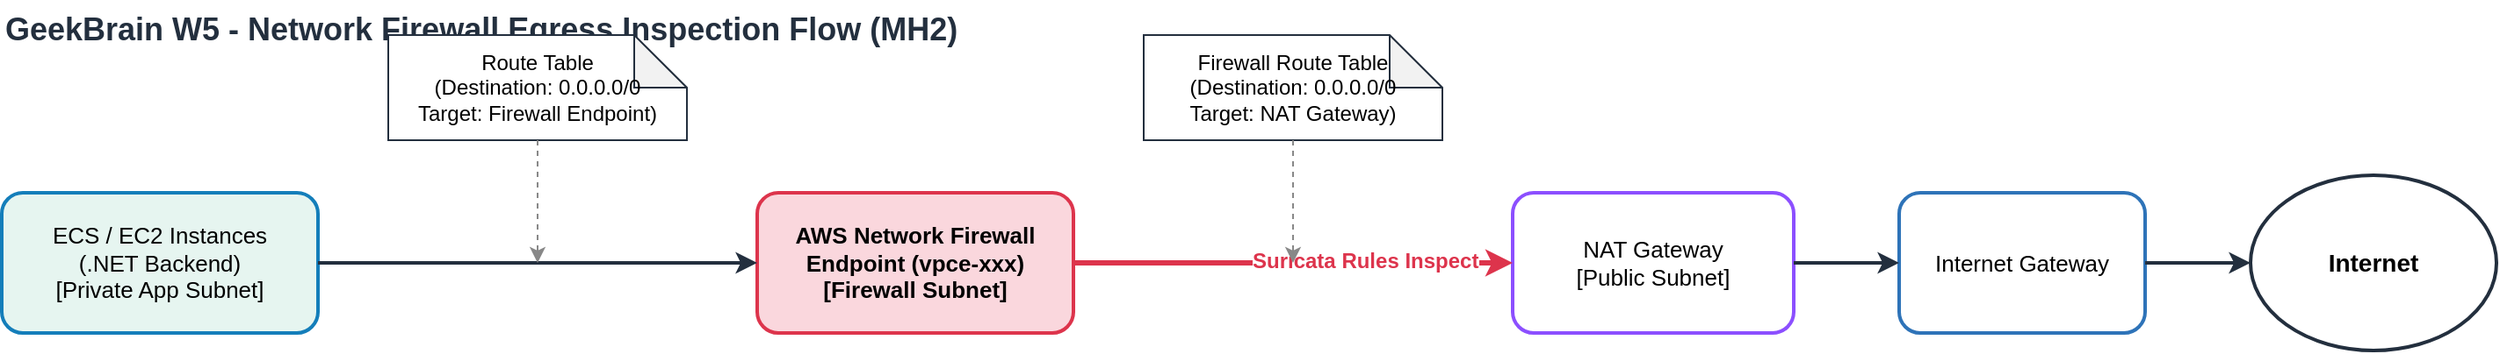
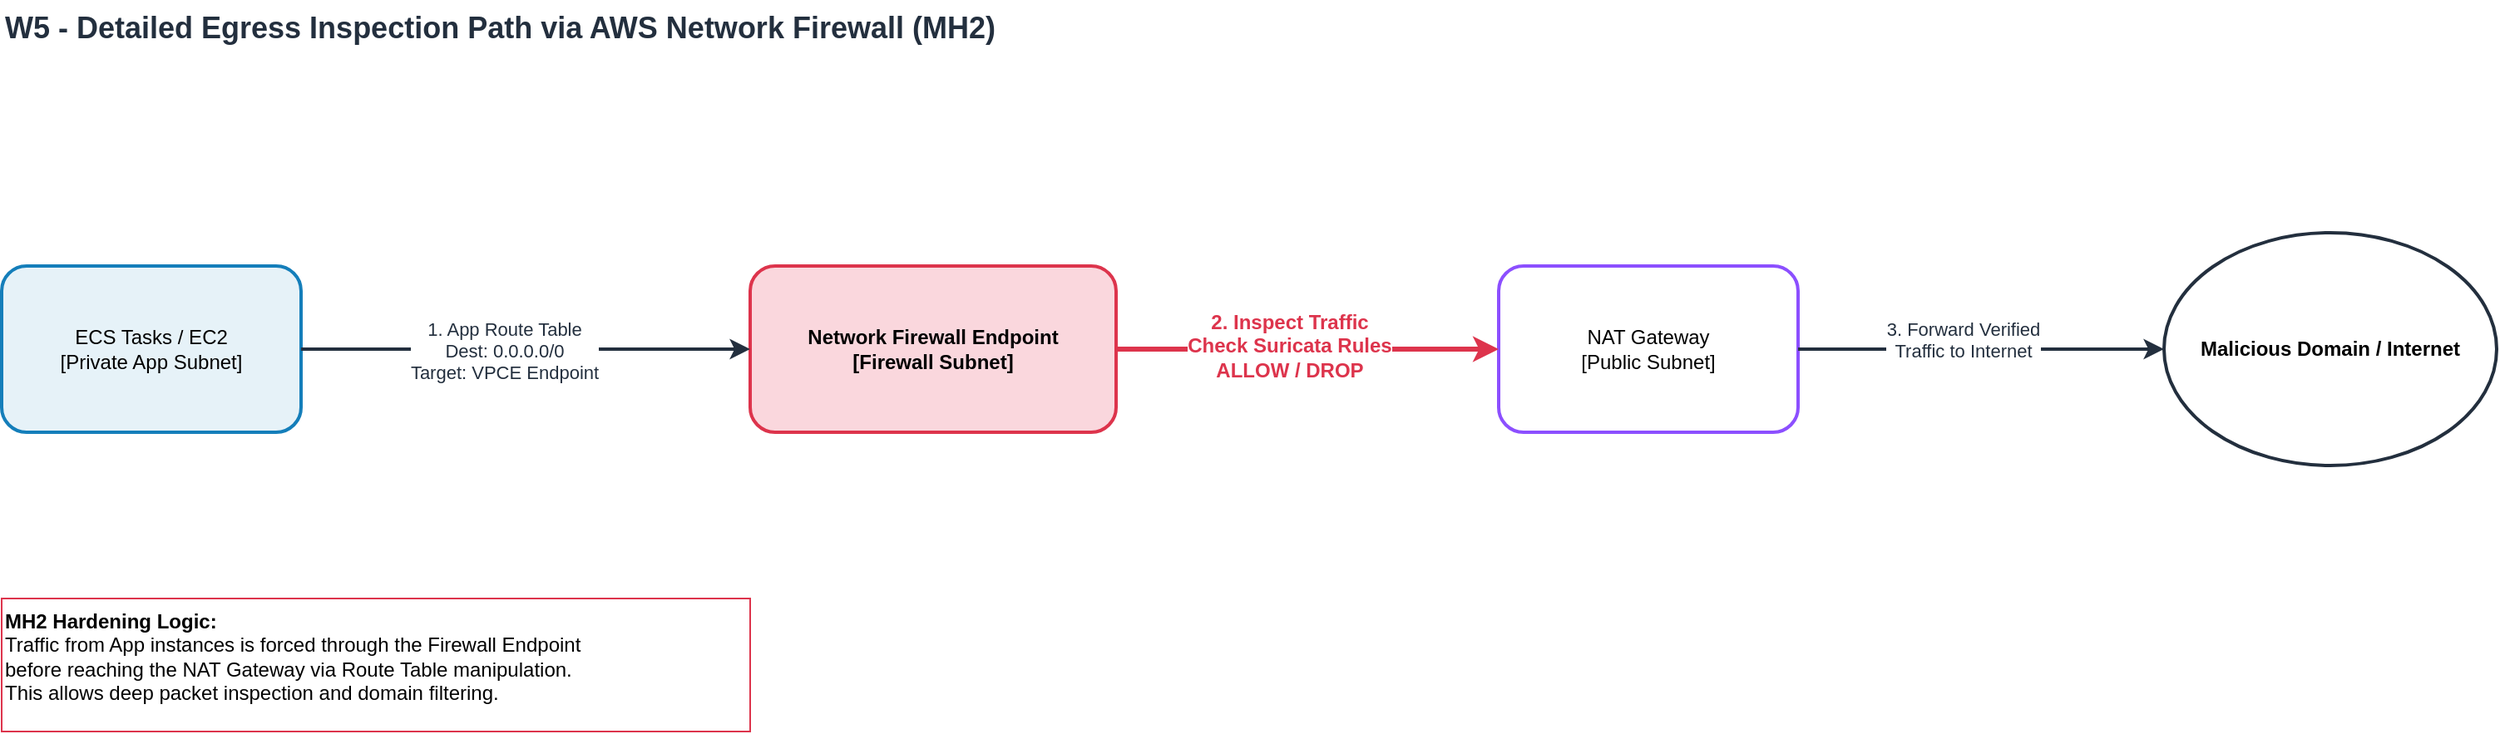
<mxfile host="app.diagrams.net" agent="Claude" version="24.7.6">
-   <diagram name="W5 Secure Egress Flow" id="w5-flow">
-     <mxGraphModel dx="1600" dy="800" grid="1" gridSize="10" guides="1" tooltips="1" connect="1" arrows="1" fold="1" page="1" pageScale="1" pageWidth="1600" pageHeight="800" math="0" shadow="0">
+   <diagram name="W5 Secure Egress Flow" id="w5-flow-v3">
+     <mxGraphModel dx="1800" dy="1000" grid="1" gridSize="10" guides="1" tooltips="1" connect="1" arrows="1" fold="1" page="1" pageScale="1" pageWidth="1800" pageHeight="1000" math="0" shadow="0">
      <root>
        <mxCell id="0" />
        <mxCell id="1" parent="0" />

-         <mxCell id="title" value="GeekBrain W5 - Network Firewall Egress Inspection Flow (MH2)" style="text;html=1;fontSize=18;fontStyle=1;align=left;fontColor=#232F3E;" vertex="1" parent="1">
-           <mxGeometry x="50" y="40" width="600" height="30" as="geometry" />
+         <mxCell id="title" value="W5 - Detailed Egress Inspection Path via AWS Network Firewall (MH2)" style="text;html=1;fontSize=18;fontStyle=1;align=left;fontColor=#232F3E;" vertex="1" parent="1">
+           <mxGeometry x="50" y="40" width="800" height="30" as="geometry" />
        </mxCell>

-         <mxCell id="ecs" value="ECS / EC2 Instances&#xa;(.NET Backend)&#xa;[Private App Subnet]" style="rounded=1;whiteSpace=wrap;html=1;fillColor=#E6F5F0;strokeColor=#147EBA;strokeWidth=2;fontSize=13;verticalAlign=middle;align=center;" vertex="1" parent="1">
-           <mxGeometry x="50" y="150" width="180" height="80" as="geometry" />
+         <!-- Components -->
+         <mxCell id="ecs" value="ECS Tasks / EC2&#xa;[Private App Subnet]" style="rounded=1;whiteSpace=wrap;html=1;fillColor=#E6F2F8;strokeColor=#147EBA;strokeWidth=2;" vertex="1" parent="1">
+           <mxGeometry x="50" y="200" width="180" height="100" as="geometry" />
        </mxCell>

-         <mxCell id="rt1" value="Route Table&#xa;(Destination: 0.0.0.0/0&#xa;Target: Firewall Endpoint)" style="shape=note;whiteSpace=wrap;html=1;backgroundOutline=1;darkOpacity=0.05;fillColor=#FFF;strokeColor=#232F3E;fontSize=12;" vertex="1" parent="1">
-           <mxGeometry x="270" y="60" width="170" height="60" as="geometry" />
+         <mxCell id="nfw" value="Network Firewall Endpoint&#xa;[Firewall Subnet]" style="rounded=1;whiteSpace=wrap;html=1;fillColor=#FAD7DD;strokeColor=#DD344C;strokeWidth=2;fontStyle=1;" vertex="1" parent="1">
+           <mxGeometry x="500" y="200" width="220" height="100" as="geometry" />
        </mxCell>

-         <mxCell id="nfw" value="AWS Network Firewall&#xa;Endpoint (vpce-xxx)&#xa;[Firewall Subnet]" style="rounded=1;whiteSpace=wrap;html=1;fillColor=#FAD7DD;strokeColor=#DD344C;strokeWidth=2;fontSize=13;fontStyle=1;verticalAlign=middle;align=center;" vertex="1" parent="1">
-           <mxGeometry x="480" y="150" width="180" height="80" as="geometry" />
+         <mxCell id="nat" value="NAT Gateway&#xa;[Public Subnet]" style="rounded=1;whiteSpace=wrap;html=1;fillColor=#FFFFFF;strokeColor=#8C4FFF;strokeWidth=2;" vertex="1" parent="1">
+           <mxGeometry x="950" y="200" width="180" height="100" as="geometry" />
        </mxCell>

-         <mxCell id="rt2" value="Firewall Route Table&#xa;(Destination: 0.0.0.0/0&#xa;Target: NAT Gateway)" style="shape=note;whiteSpace=wrap;html=1;backgroundOutline=1;darkOpacity=0.05;fillColor=#FFF;strokeColor=#232F3E;fontSize=12;" vertex="1" parent="1">
-           <mxGeometry x="700" y="60" width="170" height="60" as="geometry" />
+         <mxCell id="internet" value="Malicious Domain / Internet" style="ellipse;cloud;whiteSpace=wrap;html=1;fillColor=#FFFFFF;strokeColor=#232F3E;strokeWidth=2;fontStyle=1;" vertex="1" parent="1">
+           <mxGeometry x="1350" y="180" width="200" height="140" as="geometry" />
        </mxCell>

-         <mxCell id="nat" value="NAT Gateway&#xa;[Public Subnet]" style="rounded=1;whiteSpace=wrap;html=1;fillColor=#FFFFFF;strokeColor=#8C4FFF;strokeWidth=2;fontSize=13;verticalAlign=middle;align=center;" vertex="1" parent="1">
-           <mxGeometry x="910" y="150" width="160" height="80" as="geometry" />
+         <!-- Arrows with detailed labels -->
+         <mxCell id="arr1" style="strokeWidth=2;strokeColor=#232F3E;exitX=1;exitY=0.5;entryX=0;entryY=0.5;" edge="1" source="ecs" target="nfw" parent="1">
+           <mxGeometry relative="1" as="geometry" />
+         </mxCell>
+         <mxCell id="lbl1" value="1. App Route Table&#xa;Dest: 0.0.0.0/0&#xa;Target: VPCE Endpoint" style="edgeLabel;html=1;fontSize=11;fontColor=#232F3E;align=center;" vertex="1" connectable="0" parent="arr1">
+           <mxGeometry x="-0.1" y="25" relative="1" as="geometry"><mxPoint as="offset" /></mxGeometry>
        </mxCell>

-         <mxCell id="igw" value="Internet Gateway" style="rounded=1;whiteSpace=wrap;html=1;fillColor=#FFFFFF;strokeColor=#2E73B8;strokeWidth=2;fontSize=13;verticalAlign=middle;align=center;" vertex="1" parent="1">
-           <mxGeometry x="1130" y="150" width="140" height="80" as="geometry" />
+         <mxCell id="arr2" style="strokeWidth=3;strokeColor=#DD344C;exitX=1;exitY=0.5;entryX=0;entryY=0.5;" edge="1" source="nfw" target="nat" parent="1">
+           <mxGeometry relative="1" as="geometry" />
+         </mxCell>
+         <mxCell id="lbl2" value="2. Inspect Traffic&#xa;Check Suricata Rules&#xa;ALLOW / DROP" style="edgeLabel;html=1;fontSize=12;fontColor=#DD344C;fontStyle=1;align=center;" vertex="1" connectable="0" parent="arr2">
+           <mxGeometry x="-0.1" y="30" relative="1" as="geometry"><mxPoint as="offset" /></mxGeometry>
        </mxCell>

-         <mxCell id="internet" value="Internet" style="ellipse;cloud;whiteSpace=wrap;html=1;fillColor=#FFFFFF;strokeColor=#232F3E;strokeWidth=2;fontSize=14;fontStyle=1;verticalAlign=middle;align=center;" vertex="1" parent="1">
-           <mxGeometry x="1330" y="140" width="140" height="100" as="geometry" />
+         <mxCell id="arr3" style="strokeWidth=2;strokeColor=#232F3E;exitX=1;exitY=0.5;entryX=0;entryY=0.5;" edge="1" source="nat" target="internet" parent="1">
+           <mxGeometry relative="1" as="geometry" />
+         </mxCell>
+         <mxCell id="lbl3" value="3. Forward Verified&#xa;Traffic to Internet" style="edgeLabel;html=1;fontSize=11;fontColor=#232F3E;align=center;" vertex="1" connectable="0" parent="arr3">
+           <mxGeometry x="-0.1" y="25" relative="1" as="geometry"><mxPoint as="offset" /></mxGeometry>
        </mxCell>

-         <!-- Arrows -->
-         <mxCell id="arr1" style="strokeWidth=2;strokeColor=#232F3E;exitX=1;exitY=0.5;entryX=0;entryY=0.5;" edge="1" source="ecs" target="nfw" parent="1"><mxGeometry relative="1" as="geometry" /></mxCell>
-         <mxCell id="arr1_link" style="strokeWidth=1;strokeColor=#888;dashed=1;exitX=0.5;exitY=1;entryX=0.5;entryY=0;" edge="1" source="rt1" target="arr1" parent="1"><mxGeometry relative="1" as="geometry" /></mxCell>
- 
-         <mxCell id="arr2" style="strokeWidth=3;strokeColor=#DD344C;exitX=1;exitY=0.5;entryX=0;entryY=0.5;" edge="1" source="nfw" target="nat" parent="1"><mxGeometry relative="1" as="geometry" /></mxCell>
-         <mxCell id="arr2_lbl" value="Suricata Rules Inspect" style="edgeLabel;html=1;fontSize=12;fontColor=#DD344C;fontStyle=1" vertex="1" connectable="0" parent="arr2"><mxGeometry x="-0.2" y="15" relative="1" as="geometry"><mxPoint as="offset" /></mxGeometry></mxCell>
-         <mxCell id="arr2_link" style="strokeWidth=1;strokeColor=#888;dashed=1;exitX=0.5;exitY=1;entryX=0.5;entryY=0;" edge="1" source="rt2" target="arr2" parent="1"><mxGeometry relative="1" as="geometry" /></mxCell>
- 
-         <mxCell id="arr3" style="strokeWidth=2;strokeColor=#232F3E;exitX=1;exitY=0.5;entryX=0;entryY=0.5;" edge="1" source="nat" target="igw" parent="1"><mxGeometry relative="1" as="geometry" /></mxCell>
-         <mxCell id="arr4" style="strokeWidth=2;strokeColor=#232F3E;exitX=1;exitY=0.5;entryX=0;entryY=0.5;" edge="1" source="igw" target="internet" parent="1"><mxGeometry relative="1" as="geometry" /></mxCell>
+         <!-- Legend box for MH2 explanation -->
+         <mxCell id="info" value="&lt;b&gt;MH2 Hardening Logic:&lt;/b&gt;&#xa;Traffic from App instances is forced through the Firewall Endpoint&#xa;before reaching the NAT Gateway via Route Table manipulation.&#xa;This allows deep packet inspection and domain filtering." style="text;html=1;strokeColor=#DD344C;fillColor=#FFF;padding=10;fontSize=12;whiteSpace=wrap;" vertex="1" parent="1">
+           <mxGeometry x="50" y="400" width="450" height="80" as="geometry" />
+         </mxCell>

      </root>
    </mxGraphModel>
  </diagram>
</mxfile>